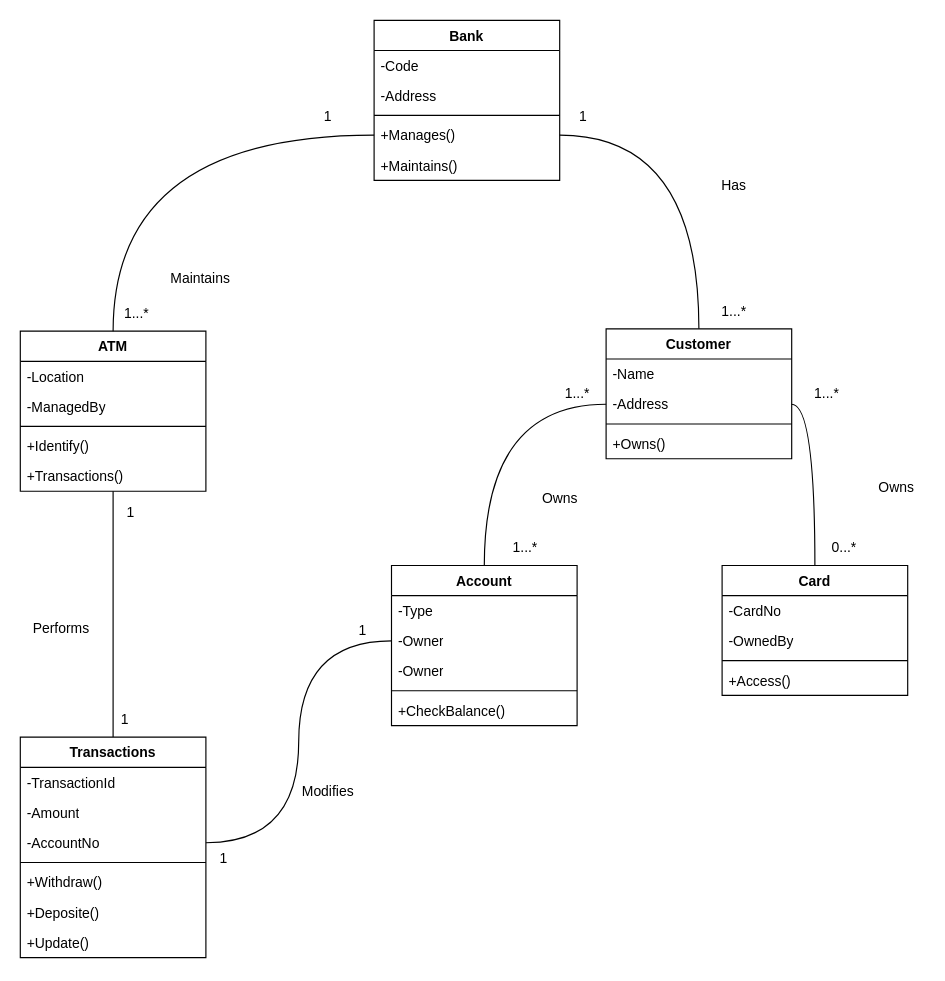
Before: 6th SEM/SE/Class_diagram_ATM.drawio in Reeves9/Class-Notes, a draw.io diagram. Source tidied: cells renumbered, new cells numbered last; positions are measured from the earlier drawing's top-left corner, leaving out a move shared by most shapes. Both pictures are drawn from the tidied source at 116%, with x=0, y=0 at pixel (20, 20).
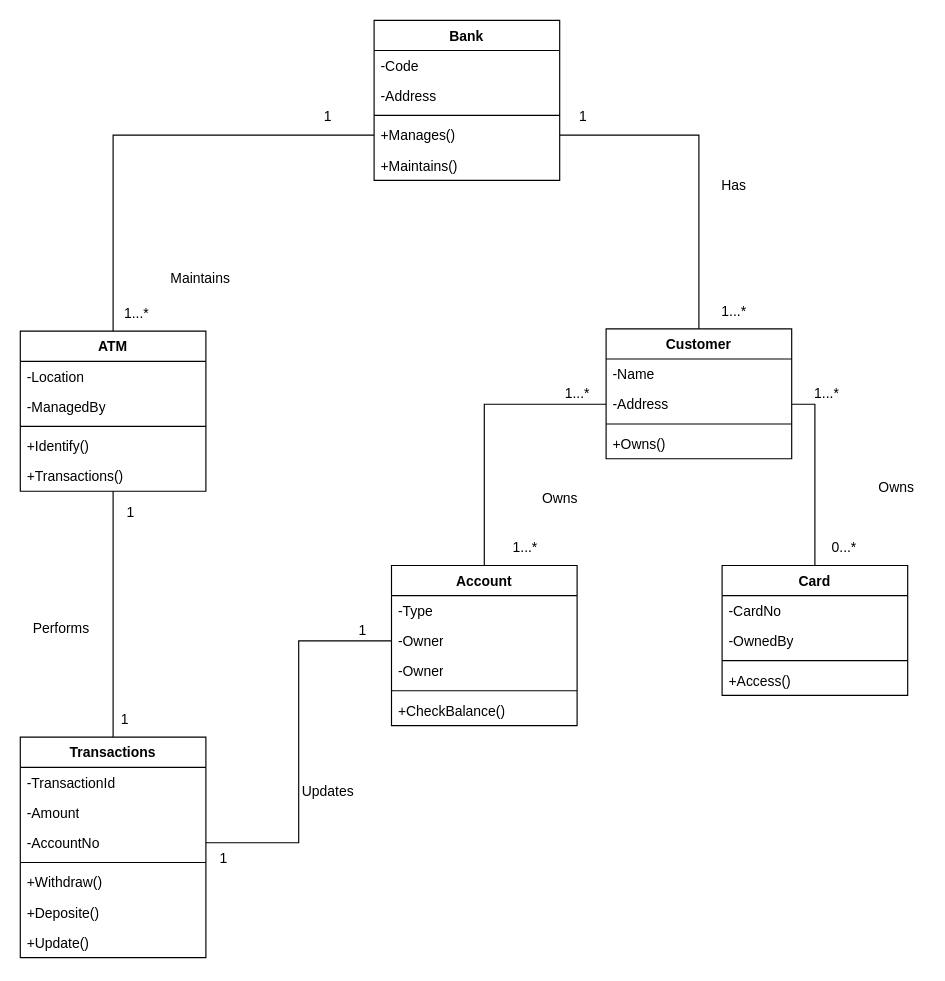
The same page after the edit.

The change refers to these unchanged cells:
```xml
<mxCell id="6" value="+Manages()" style="text;strokeColor=none;fillColor=none;align=left;verticalAlign=top;spacingLeft=4;spacingRight=4;overflow=hidden;points=[[0,0.5],[1,0.5]];portConstraint=eastwest;whiteSpace=wrap;html=1;" parent="2" vertex="1">
  <mxGeometry y="86" width="160" height="26" as="geometry" />
</mxCell>
<mxCell id="8" value="Customer" style="swimlane;fontStyle=1;align=center;verticalAlign=top;horizontal=1;startSize=26;whiteSpace=wrap;html=1;" parent="1" vertex="1">
  <mxGeometry x="505" y="266" width="160" height="112" as="geometry" />
</mxCell>
<mxCell id="10" value="-Address" style="text;strokeColor=none;fillColor=none;align=left;verticalAlign=top;spacingLeft=4;spacingRight=4;overflow=hidden;points=[[0,0.5],[1,0.5]];portConstraint=eastwest;whiteSpace=wrap;html=1;" parent="8" vertex="1">
  <mxGeometry y="52" width="160" height="26" as="geometry" />
</mxCell>
<mxCell id="14" value="ATM" style="swimlane;fontStyle=1;align=center;verticalAlign=top;horizontal=1;startSize=26;whiteSpace=wrap;html=1;" parent="1" vertex="1">
  <mxGeometry y="268" width="160" height="138" as="geometry" />
</mxCell>
<mxCell id="20" value="Account" style="swimlane;fontStyle=1;align=center;verticalAlign=top;horizontal=1;startSize=26;whiteSpace=wrap;html=1;" parent="1" vertex="1">
  <mxGeometry x="320" y="470" width="160" height="138" as="geometry" />
</mxCell>
<mxCell id="22" value="-Owner" style="text;strokeColor=none;fillColor=none;align=left;verticalAlign=top;spacingLeft=4;spacingRight=4;overflow=hidden;points=[[0,0.5],[1,0.5]];portConstraint=eastwest;whiteSpace=wrap;html=1;" parent="20" vertex="1">
  <mxGeometry y="52" width="160" height="26" as="geometry" />
</mxCell>
<mxCell id="26" value="Card" style="swimlane;fontStyle=1;align=center;verticalAlign=top;horizontal=1;startSize=26;whiteSpace=wrap;html=1;" parent="1" vertex="1">
  <mxGeometry x="605" y="470" width="160" height="112" as="geometry" />
</mxCell>
<mxCell id="34" value="-AccountNo" style="text;strokeColor=none;fillColor=none;align=left;verticalAlign=top;spacingLeft=4;spacingRight=4;overflow=hidden;points=[[0,0.5],[1,0.5]];portConstraint=eastwest;whiteSpace=wrap;html=1;" parent="31" vertex="1">
  <mxGeometry y="78" width="160" height="26" as="geometry" />
</mxCell>
```

The edit, as a diff of the source:
```diff
@@
-    <mxCell id="39" style="edgeStyle=orthogonalEdgeStyle;rounded=0;jettySize=auto;html=1;exitX=1;exitY=0.5;exitDx=0;exitDy=0;curved=1;endArrow=none;endFill=0;" parent="1" edge="1" source="6" target="8">
+    <mxCell id="39" style="edgeStyle=orthogonalEdgeStyle;rounded=0;jettySize=auto;html=1;exitX=1;exitY=0.5;exitDx=0;exitDy=0;endArrow=none;endFill=0;" parent="1" edge="1" source="6" target="8">
       <mxGeometry relative="1" as="geometry" />
     </mxCell>
@@
-    <mxCell id="43" style="edgeStyle=orthogonalEdgeStyle;rounded=0;jettySize=auto;html=1;exitX=0;exitY=0.5;exitDx=0;exitDy=0;entryX=0.5;entryY=0;entryDx=0;entryDy=0;curved=1;endArrow=none;endFill=0;" parent="1" edge="1" source="6" target="14">
+    <mxCell id="43" style="edgeStyle=orthogonalEdgeStyle;rounded=0;jettySize=auto;html=1;exitX=0;exitY=0.5;exitDx=0;exitDy=0;entryX=0.5;entryY=0;entryDx=0;entryDy=0;endArrow=none;endFill=0;" parent="1" edge="1" source="6" target="14">
       <mxGeometry relative="1" as="geometry" />
     </mxCell>
@@
-    <mxCell id="47" style="edgeStyle=orthogonalEdgeStyle;rounded=0;jettySize=auto;html=1;exitX=0;exitY=0.5;exitDx=0;exitDy=0;entryX=0.5;entryY=0;entryDx=0;entryDy=0;curved=1;endArrow=none;endFill=0;" parent="1" edge="1" source="10" target="20">
+    <mxCell id="47" style="edgeStyle=orthogonalEdgeStyle;rounded=0;jettySize=auto;html=1;exitX=0;exitY=0.5;exitDx=0;exitDy=0;entryX=0.5;entryY=0;entryDx=0;entryDy=0;endArrow=none;endFill=0;" parent="1" edge="1" source="10" target="20">
       <mxGeometry relative="1" as="geometry" />
     </mxCell>
@@
-    <mxCell id="51" style="edgeStyle=orthogonalEdgeStyle;rounded=0;jettySize=auto;html=1;exitX=1;exitY=0.5;exitDx=0;exitDy=0;entryX=0.5;entryY=0;entryDx=0;entryDy=0;curved=1;endArrow=none;endFill=0;" parent="1" edge="1" source="10" target="26">
+    <mxCell id="51" style="edgeStyle=orthogonalEdgeStyle;rounded=0;jettySize=auto;html=1;exitX=1;exitY=0.5;exitDx=0;exitDy=0;entryX=0.5;entryY=0;entryDx=0;entryDy=0;endArrow=none;endFill=0;" parent="1" edge="1" source="10" target="26">
       <mxGeometry relative="1" as="geometry" />
     </mxCell>
@@
-    <mxCell id="58" style="edgeStyle=orthogonalEdgeStyle;rounded=0;jettySize=auto;html=1;exitX=0;exitY=0.5;exitDx=0;exitDy=0;entryX=1;entryY=0.5;entryDx=0;entryDy=0;curved=1;endArrow=none;endFill=0;" parent="1" edge="1" source="22" target="34">
+    <mxCell id="58" style="edgeStyle=orthogonalEdgeStyle;rounded=0;jettySize=auto;html=1;exitX=0;exitY=0.5;exitDx=0;exitDy=0;entryX=1;entryY=0.5;entryDx=0;entryDy=0;endArrow=none;endFill=0;" parent="1" edge="1" source="22" target="34">
       <mxGeometry relative="1" as="geometry" />
     </mxCell>
@@
-    <mxCell id="61" value="Modifies" style="text;html=1;align=center;verticalAlign=middle;strokeColor=none;fillColor=none;" parent="1" vertex="1">
+    <mxCell id="61" value="Updates" style="text;html=1;align=center;verticalAlign=middle;strokeColor=none;fillColor=none;" parent="1" vertex="1">
       <mxGeometry x="230" y="650" width="70" height="30" as="geometry" />
     </mxCell>
```
